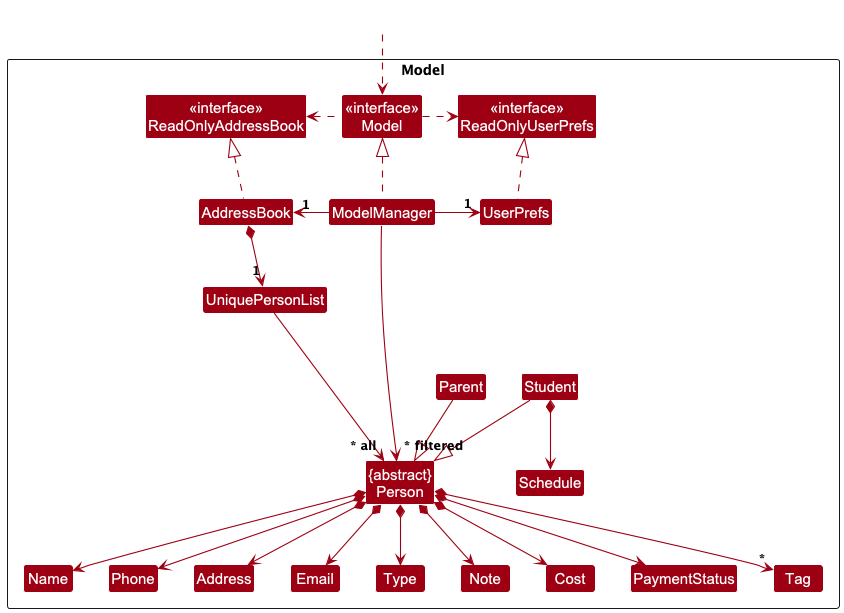
This is docs/images/ModelClassDiagram.png from seokjoon27/tp, a PlantUML export, as it was before one commit. The source it was exported from:
```plantuml
@startuml
!include style.puml
skinparam arrowThickness 1.1
skinparam arrowColor MODEL_COLOR
skinparam classBackgroundColor MODEL_COLOR

Package Model as ModelPackage <<Rectangle>>{
Class "<<interface>>\nReadOnlyAddressBook" as ReadOnlyAddressBook
Class "<<interface>>\nReadOnlyUserPrefs" as ReadOnlyUserPrefs
Class "<<interface>>\nModel" as Model
Class AddressBook
Class ModelManager
Class UserPrefs

Class UniquePersonList
Class "{abstract}\nPerson" as Person
Class Student
Class Parent
Class Type
Class Schedule
Class Note
Class Cost
Class PaymentStatus
Class Address
Class Email
Class Name
Class Phone
Class Tag

Class I #FFFFFF
}

Class HiddenOutside #FFFFFF
HiddenOutside ..> Model

AddressBook .up.|> ReadOnlyAddressBook

ModelManager .up.|> Model
Model .right.> ReadOnlyUserPrefs
Model .left.> ReadOnlyAddressBook
ModelManager -left-> "1" AddressBook
ModelManager -right-> "1" UserPrefs
UserPrefs .up.|> ReadOnlyUserPrefs

AddressBook *--> "1" UniquePersonList
UniquePersonList --> "~* all" Person

Person *--> Type
Person *--> Name
Person *--> Phone
Person *--> Email
Person *--> Address
Person *--> "*" Tag
Person *--> Note
Person *--> PaymentStatus
Person *--> Cost

Student --|> Person
Parent --|> Person

Student *--> Schedule

Person -[hidden]up--> I
UniquePersonList -[hidden]right-> I

Name -[hidden]right-> Phone
Phone -[hidden]right-> Address
Address -[hidden]right-> Email

ModelManager --> "~* filtered" Person
@enduml
```
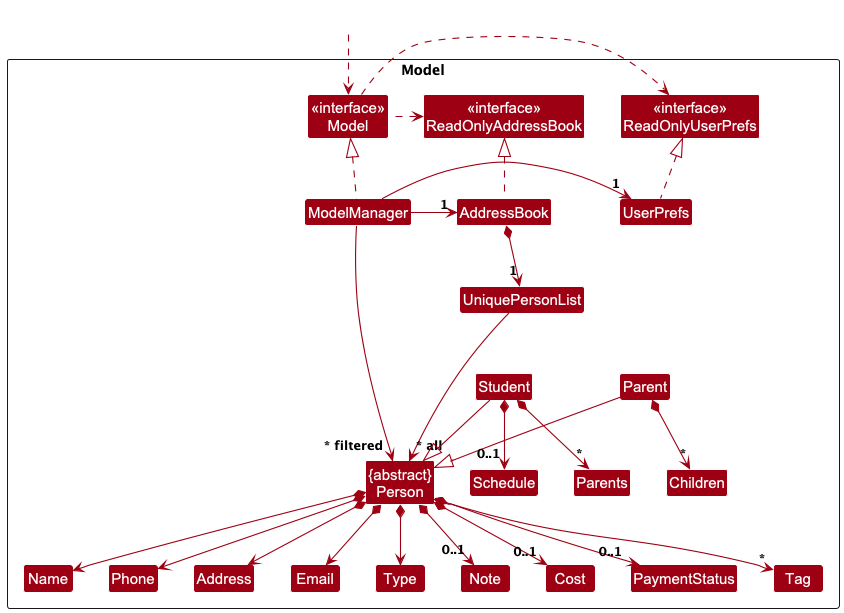
After the commit.

Diff of the diagram source:
```diff
@@ -26,6 +26,8 @@
 Class Name
 Class Phone
 Class Tag
+Class Parents
+Class Children
 
 Class I #FFFFFF
 }
@@ -51,14 +53,17 @@
 Person *--> Email
 Person *--> Address
 Person *--> "*" Tag
-Person *--> Note
-Person *--> PaymentStatus
-Person *--> Cost
+Person *--> "0..1" Note
+Person *--> "0..1" PaymentStatus
+Person *--> "0..1" Cost
 
 Student --|> Person
 Parent --|> Person
 
-Student *--> Schedule
+Parent *--> "*" Children
+
+Student *--> "0..1" Schedule
+Student *--> "*" Parents
 
 Person -[hidden]up--> I
 UniquePersonList -[hidden]right-> I
```
